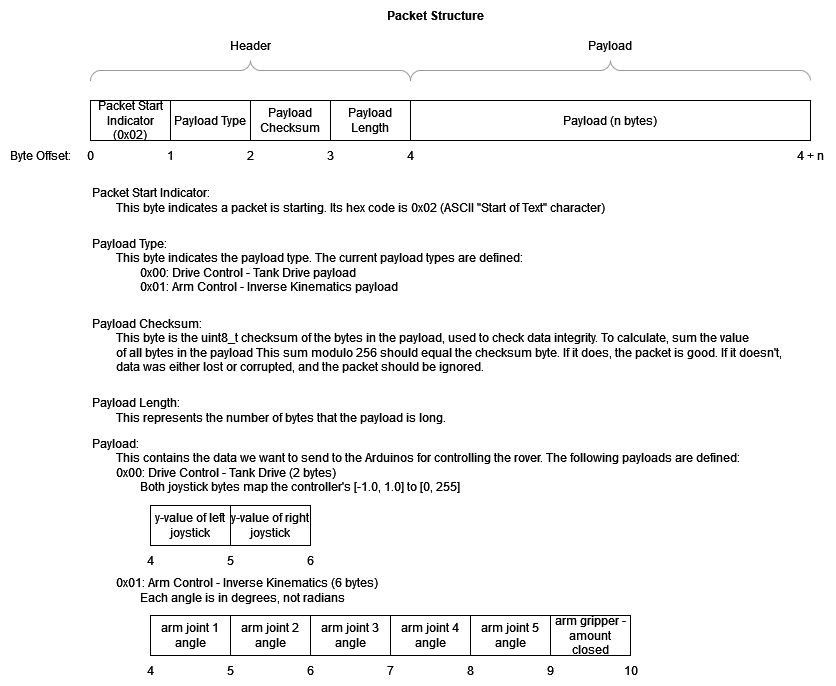
Earlier version of the draw.io export packet_formats_diagram.drawio.png (NIURoverTeam/Docs). Source tidied: cells renumbered, new cells last; positions are measured from the earlier drawing's top-left corner, leaving out a move shared by most shapes. Its diagram source:
```xml
<mxGraphModel>
  <root>
    <mxCell id="0" />
    <mxCell id="1" parent="0" />
    <mxCell id="2" value="&lt;div&gt;Packet Start Indicator (0x02)&lt;br&gt;&lt;/div&gt;" style="rounded=0;whiteSpace=wrap;html=1;" parent="1" vertex="1">
      <mxGeometry x="90" y="100" width="80" height="40" as="geometry" />
    </mxCell>
    <mxCell id="3" value="&lt;div&gt;Payload Type&lt;/div&gt;" style="rounded=0;whiteSpace=wrap;html=1;" parent="1" vertex="1">
      <mxGeometry x="170" y="100" width="80" height="40" as="geometry" />
    </mxCell>
    <mxCell id="4" value="Payload Checksum" style="rounded=0;whiteSpace=wrap;html=1;" parent="1" vertex="1">
      <mxGeometry x="250" y="100" width="80" height="40" as="geometry" />
    </mxCell>
    <mxCell id="5" value="Payload Length" style="rounded=0;whiteSpace=wrap;html=1;" parent="1" vertex="1">
      <mxGeometry x="330" y="100" width="80" height="40" as="geometry" />
    </mxCell>
    <mxCell id="6" value="Payload (n bytes)" style="rounded=0;whiteSpace=wrap;html=1;" parent="1" vertex="1">
      <mxGeometry x="410" y="100" width="400" height="40" as="geometry" />
    </mxCell>
    <mxCell id="7" value="Byte Offset:" style="text;html=1;strokeColor=none;fillColor=none;align=center;verticalAlign=middle;whiteSpace=wrap;rounded=0;" parent="1" vertex="1">
      <mxGeometry y="140" width="80" height="30" as="geometry" />
    </mxCell>
    <mxCell id="8" value="&lt;div&gt;0&lt;/div&gt;" style="text;html=1;align=center;verticalAlign=middle;strokeColor=none;fillColor=none;" parent="1" vertex="1">
      <mxGeometry x="75" y="140" width="30" height="30" as="geometry" />
    </mxCell>
    <mxCell id="9" value="1" style="text;html=1;align=center;verticalAlign=middle;strokeColor=none;fillColor=none;" parent="1" vertex="1">
      <mxGeometry x="155" y="140" width="30" height="30" as="geometry" />
    </mxCell>
    <mxCell id="10" value="2" style="text;html=1;align=center;verticalAlign=middle;strokeColor=none;fillColor=none;" parent="1" vertex="1">
      <mxGeometry x="235" y="140" width="30" height="30" as="geometry" />
    </mxCell>
    <mxCell id="11" value="3" style="text;html=1;align=center;verticalAlign=middle;strokeColor=none;fillColor=none;" parent="1" vertex="1">
      <mxGeometry x="315" y="140" width="30" height="30" as="geometry" />
    </mxCell>
    <mxCell id="12" value="4" style="text;html=1;align=center;verticalAlign=middle;strokeColor=none;fillColor=none;" parent="1" vertex="1">
      <mxGeometry x="395" y="140" width="30" height="30" as="geometry" />
    </mxCell>
    <mxCell id="13" value="4 + n" style="text;html=1;align=center;verticalAlign=middle;strokeColor=none;fillColor=none;" parent="1" vertex="1">
      <mxGeometry x="785" y="140" width="50" height="30" as="geometry" />
    </mxCell>
    <mxCell id="14" style="verticalLabelPosition=bottom;shadow=0;dashed=0;align=center;html=1;verticalAlign=top;strokeWidth=1;shape=mxgraph.mockup.markup.curlyBrace;strokeColor=#999999;" parent="1" vertex="1">
      <mxGeometry x="90" y="60" width="320" height="20" as="geometry" />
    </mxCell>
    <mxCell id="15" value="Header" style="text;html=1;align=center;verticalAlign=middle;strokeColor=none;fillColor=none;" parent="1" vertex="1">
      <mxGeometry x="220" y="30" width="60" height="30" as="geometry" />
    </mxCell>
    <mxCell id="16" value="Payload" style="text;html=1;strokeColor=none;fillColor=none;align=center;verticalAlign=middle;whiteSpace=wrap;rounded=0;" parent="1" vertex="1">
      <mxGeometry x="580" y="30" width="60" height="30" as="geometry" />
    </mxCell>
    <mxCell id="17" style="verticalLabelPosition=bottom;shadow=0;dashed=0;align=center;html=1;verticalAlign=top;strokeWidth=1;shape=mxgraph.mockup.markup.curlyBrace;strokeColor=#999999;" parent="1" vertex="1">
      <mxGeometry x="410" y="60" width="400" height="20" as="geometry" />
    </mxCell>
    <mxCell id="18" value="&lt;div align=&quot;left&quot;&gt;Packet Start Indicator: &lt;br&gt;&lt;/div&gt;&lt;div align=&quot;left&quot;&gt;&lt;span style=&quot;white-space: pre;&quot;&gt;&#9;&lt;/span&gt;This byte indicates a packet is starting. Its hex code is 0x02 (ASCII &quot;Start of Text&quot; character)&lt;br&gt;&lt;/div&gt;" style="text;html=1;align=left;verticalAlign=middle;strokeColor=none;fillColor=none;" parent="1" vertex="1">
      <mxGeometry x="90" y="180" width="520" height="40" as="geometry" />
    </mxCell>
    <mxCell id="19" value="&lt;div align=&quot;left&quot;&gt;Payload Type:&lt;/div&gt;&lt;div align=&quot;left&quot;&gt;&lt;span style=&quot;white-space: pre;&quot;&gt;&#9;&lt;/span&gt;This byte indicates the payload type. The current payload types are defined:&lt;/div&gt;&lt;div align=&quot;left&quot;&gt;&lt;span style=&quot;white-space: pre;&quot;&gt;&#9;&lt;/span&gt;&lt;span style=&quot;white-space: pre;&quot;&gt;&#9;&lt;/span&gt;0x00: Drive Control - Tank Drive payload&lt;/div&gt;&lt;div align=&quot;left&quot;&gt;&lt;span style=&quot;white-space: pre;&quot;&gt;&#9;&lt;/span&gt;&lt;span style=&quot;white-space: pre;&quot;&gt;&#9;&lt;/span&gt;0x01: Arm Control - Inverse Kinematics payload&lt;br&gt;&lt;/div&gt;" style="text;html=1;align=left;verticalAlign=middle;strokeColor=none;fillColor=none;" parent="1" vertex="1">
      <mxGeometry x="90" y="230" width="440" height="70" as="geometry" />
    </mxCell>
    <mxCell id="20" value="&lt;div align=&quot;left&quot;&gt;Payload Checksum:&lt;/div&gt;&lt;div align=&quot;left&quot;&gt;&lt;span style=&quot;white-space: pre;&quot;&gt;&#9;&lt;/span&gt;This byte is the uint8_t checksum of the bytes in the payload, used to check data integrity. To calculate, sum the value &lt;br&gt;&lt;/div&gt;&lt;div align=&quot;left&quot;&gt;&lt;span style=&quot;white-space: pre;&quot;&gt;&#9;&lt;/span&gt;of all bytes in the payload This sum modulo 256 should equal the checksum byte. If it does, the packet is good. If it doesn't,&lt;/div&gt;&lt;div align=&quot;left&quot;&gt;&lt;span style=&quot;white-space: pre;&quot;&gt;&#9;&lt;/span&gt;data was either lost or corrupted, and the packet should be ignored.&lt;br&gt;&lt;/div&gt;" style="text;html=1;align=left;verticalAlign=middle;strokeColor=none;fillColor=none;" parent="1" vertex="1">
      <mxGeometry x="90" y="310" width="680" height="70" as="geometry" />
    </mxCell>
    <mxCell id="21" value="&lt;div align=&quot;left&quot;&gt;Payload Length:&lt;/div&gt;&lt;div align=&quot;left&quot;&gt;&lt;span style=&quot;white-space: pre;&quot;&gt;&#9;&lt;/span&gt;This represents the number of bytes that the payload is long.&lt;br&gt;&lt;/div&gt;" style="text;html=1;align=left;verticalAlign=middle;strokeColor=none;fillColor=none;" parent="1" vertex="1">
      <mxGeometry x="90" y="390" width="360" height="40" as="geometry" />
    </mxCell>
    <mxCell id="22" value="&lt;b&gt;Packet Structure&lt;br&gt;&lt;/b&gt;" style="text;html=1;align=center;verticalAlign=middle;strokeColor=none;fillColor=none;" parent="1" vertex="1">
      <mxGeometry x="375" width="120" height="30" as="geometry" />
    </mxCell>
    <mxCell id="23" value="&lt;div align=&quot;left&quot;&gt;Payload:&lt;/div&gt;&lt;div align=&quot;left&quot;&gt;&lt;span style=&quot;white-space: pre;&quot;&gt;&#9;&lt;/span&gt;This contains the data we want to send to the Arduinos for controlling the rover. The following payloads are defined:&lt;/div&gt;&lt;div align=&quot;left&quot;&gt;&lt;span style=&quot;white-space: pre;&quot;&gt;&#9;&lt;/span&gt;0x00: Drive Control - Tank Drive (2 bytes)&lt;/div&gt;&lt;div align=&quot;left&quot;&gt;&lt;span style=&quot;white-space: pre;&quot;&gt;&#9;&lt;/span&gt;&lt;span style=&quot;white-space: pre;&quot;&gt;&#9;&lt;/span&gt;Both joystick bytes map the controller's [-1.0, 1.0] to [0, 255]&lt;br&gt;&lt;/div&gt;" style="text;html=1;align=left;verticalAlign=middle;strokeColor=none;fillColor=none;" parent="1" vertex="1">
      <mxGeometry x="90" y="430" width="640" height="70" as="geometry" />
    </mxCell>
    <mxCell id="24" value="y-value of left joystick" style="rounded=0;whiteSpace=wrap;html=1;" parent="1" vertex="1">
      <mxGeometry x="150" y="505" width="80" height="40" as="geometry" />
    </mxCell>
    <mxCell id="25" value="4" style="text;html=1;align=center;verticalAlign=middle;strokeColor=none;fillColor=none;" parent="1" vertex="1">
      <mxGeometry x="135" y="545" width="30" height="30" as="geometry" />
    </mxCell>
    <mxCell id="26" value="y-value of right joystick" style="rounded=0;whiteSpace=wrap;html=1;" parent="1" vertex="1">
      <mxGeometry x="230" y="505" width="80" height="40" as="geometry" />
    </mxCell>
    <mxCell id="27" value="5" style="text;html=1;align=center;verticalAlign=middle;strokeColor=none;fillColor=none;" parent="1" vertex="1">
      <mxGeometry x="215" y="545" width="30" height="30" as="geometry" />
    </mxCell>
    <mxCell id="28" value="6" style="text;html=1;align=center;verticalAlign=middle;strokeColor=none;fillColor=none;" parent="1" vertex="1">
      <mxGeometry x="295" y="545" width="30" height="30" as="geometry" />
    </mxCell>
    <mxCell id="29" value="&lt;div&gt;&lt;span style=&quot;white-space: pre;&quot;&gt;&#9;&lt;/span&gt;0x01: Arm Control - Inverse Kinematics (6 bytes)&lt;/div&gt;&lt;div&gt;&lt;span style=&quot;white-space: pre;&quot;&gt;&#9;&lt;/span&gt;&lt;span style=&quot;white-space: pre;&quot;&gt;&#9;&lt;/span&gt;Each angle is in degrees, not radians&lt;br&gt;&lt;/div&gt;" style="text;html=1;align=left;verticalAlign=middle;strokeColor=none;fillColor=none;" parent="1" vertex="1">
      <mxGeometry x="90" y="570" width="300" height="40" as="geometry" />
    </mxCell>
    <mxCell id="30" value="arm joint 1 angle" style="rounded=0;whiteSpace=wrap;html=1;" parent="1" vertex="1">
      <mxGeometry x="150" y="615" width="80" height="40" as="geometry" />
    </mxCell>
    <mxCell id="31" value="arm joint 2 angle" style="rounded=0;whiteSpace=wrap;html=1;" parent="1" vertex="1">
      <mxGeometry x="230" y="615" width="80" height="40" as="geometry" />
    </mxCell>
    <mxCell id="32" value="5" style="text;html=1;align=center;verticalAlign=middle;strokeColor=none;fillColor=none;" parent="1" vertex="1">
      <mxGeometry x="215" y="655" width="30" height="30" as="geometry" />
    </mxCell>
    <mxCell id="33" value="6" style="text;html=1;align=center;verticalAlign=middle;strokeColor=none;fillColor=none;" parent="1" vertex="1">
      <mxGeometry x="295" y="655" width="30" height="30" as="geometry" />
    </mxCell>
    <mxCell id="34" value="arm joint 3 angle" style="rounded=0;whiteSpace=wrap;html=1;" parent="1" vertex="1">
      <mxGeometry x="310" y="615" width="80" height="40" as="geometry" />
    </mxCell>
    <mxCell id="35" value="&lt;div&gt;arm joint 4 angle&lt;/div&gt;" style="rounded=0;whiteSpace=wrap;html=1;" parent="1" vertex="1">
      <mxGeometry x="390" y="615" width="80" height="40" as="geometry" />
    </mxCell>
    <mxCell id="36" value="7" style="text;html=1;align=center;verticalAlign=middle;strokeColor=none;fillColor=none;" parent="1" vertex="1">
      <mxGeometry x="375" y="655" width="30" height="30" as="geometry" />
    </mxCell>
    <mxCell id="37" value="8" style="text;html=1;align=center;verticalAlign=middle;strokeColor=none;fillColor=none;" parent="1" vertex="1">
      <mxGeometry x="455" y="655" width="30" height="30" as="geometry" />
    </mxCell>
    <mxCell id="38" value="arm joint 5 angle" style="rounded=0;whiteSpace=wrap;html=1;" parent="1" vertex="1">
      <mxGeometry x="470" y="615" width="80" height="40" as="geometry" />
    </mxCell>
    <mxCell id="39" value="arm gripper - amount closed" style="rounded=0;whiteSpace=wrap;html=1;" parent="1" vertex="1">
      <mxGeometry x="550" y="615" width="80" height="40" as="geometry" />
    </mxCell>
    <mxCell id="40" value="9" style="text;html=1;align=center;verticalAlign=middle;strokeColor=none;fillColor=none;" parent="1" vertex="1">
      <mxGeometry x="535" y="655" width="30" height="30" as="geometry" />
    </mxCell>
    <mxCell id="41" value="10" style="text;html=1;align=center;verticalAlign=middle;strokeColor=none;fillColor=none;" parent="1" vertex="1">
      <mxGeometry x="610" y="655" width="40" height="30" as="geometry" />
    </mxCell>
    <mxCell id="42" value="4" style="text;html=1;align=center;verticalAlign=middle;strokeColor=none;fillColor=none;" parent="1" vertex="1">
      <mxGeometry x="135" y="655" width="30" height="30" as="geometry" />
    </mxCell>
  </root>
</mxGraphModel>
```
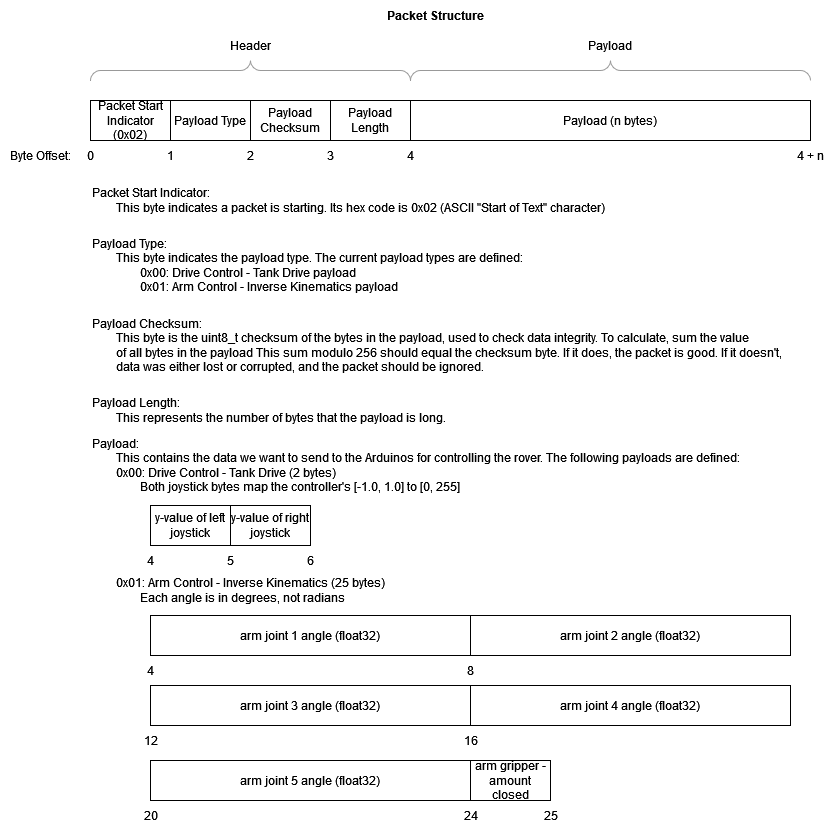
After the commit.

Commit message:
switch arm angles to float32 to match ikpy output

What changed in the source:
```diff
@@ -83,44 +83,44 @@
     <mxCell id="28" value="6" style="text;html=1;align=center;verticalAlign=middle;strokeColor=none;fillColor=none;" parent="1" vertex="1">
       <mxGeometry x="295" y="545" width="30" height="30" as="geometry" />
     </mxCell>
-    <mxCell id="29" value="&lt;div&gt;&lt;span style=&quot;white-space: pre;&quot;&gt;&#9;&lt;/span&gt;0x01: Arm Control - Inverse Kinematics (6 bytes)&lt;/div&gt;&lt;div&gt;&lt;span style=&quot;white-space: pre;&quot;&gt;&#9;&lt;/span&gt;&lt;span style=&quot;white-space: pre;&quot;&gt;&#9;&lt;/span&gt;Each angle is in degrees, not radians&lt;br&gt;&lt;/div&gt;" style="text;html=1;align=left;verticalAlign=middle;strokeColor=none;fillColor=none;" parent="1" vertex="1">
-      <mxGeometry x="90" y="570" width="300" height="40" as="geometry" />
+    <mxCell id="29" value="&lt;div&gt;&lt;span style=&quot;white-space: pre;&quot;&gt;&#9;&lt;/span&gt;0x01: Arm Control - Inverse Kinematics (25 bytes)&lt;/div&gt;&lt;div&gt;&lt;span style=&quot;white-space: pre;&quot;&gt;&#9;&lt;/span&gt;&lt;span style=&quot;white-space: pre;&quot;&gt;&#9;&lt;/span&gt;Each angle is in degrees, not radians&lt;br&gt;&lt;/div&gt;" style="text;html=1;align=left;verticalAlign=middle;strokeColor=none;fillColor=none;" parent="1" vertex="1">
+      <mxGeometry x="90" y="570" width="310" height="40" as="geometry" />
     </mxCell>
-    <mxCell id="30" value="arm joint 1 angle" style="rounded=0;whiteSpace=wrap;html=1;" parent="1" vertex="1">
-      <mxGeometry x="150" y="615" width="80" height="40" as="geometry" />
+    <mxCell id="30" value="arm joint 1 angle (float32)" style="rounded=0;whiteSpace=wrap;html=1;" parent="1" vertex="1">
+      <mxGeometry x="150" y="615" width="320" height="40" as="geometry" />
     </mxCell>
-    <mxCell id="31" value="arm joint 2 angle" style="rounded=0;whiteSpace=wrap;html=1;" parent="1" vertex="1">
-      <mxGeometry x="230" y="615" width="80" height="40" as="geometry" />
+    <mxCell id="31" value="arm joint 2 angle (float32)" style="rounded=0;whiteSpace=wrap;html=1;" parent="1" vertex="1">
+      <mxGeometry x="470" y="615" width="320" height="40" as="geometry" />
     </mxCell>
-    <mxCell id="32" value="5" style="text;html=1;align=center;verticalAlign=middle;strokeColor=none;fillColor=none;" parent="1" vertex="1">
-      <mxGeometry x="215" y="655" width="30" height="30" as="geometry" />
+    <mxCell id="32" value="8" style="text;html=1;align=center;verticalAlign=middle;strokeColor=none;fillColor=none;" parent="1" vertex="1">
+      <mxGeometry x="455" y="655" width="30" height="30" as="geometry" />
     </mxCell>
-    <mxCell id="33" value="6" style="text;html=1;align=center;verticalAlign=middle;strokeColor=none;fillColor=none;" parent="1" vertex="1">
-      <mxGeometry x="295" y="655" width="30" height="30" as="geometry" />
+    <mxCell id="33" value="12" style="text;html=1;align=center;verticalAlign=middle;strokeColor=none;fillColor=none;" parent="1" vertex="1">
+      <mxGeometry x="130" y="725" width="40" height="30" as="geometry" />
     </mxCell>
-    <mxCell id="34" value="arm joint 3 angle" style="rounded=0;whiteSpace=wrap;html=1;" parent="1" vertex="1">
-      <mxGeometry x="310" y="615" width="80" height="40" as="geometry" />
+    <mxCell id="34" value="arm joint 3 angle (float32)" style="rounded=0;whiteSpace=wrap;html=1;" parent="1" vertex="1">
+      <mxGeometry x="150" y="685" width="320" height="40" as="geometry" />
     </mxCell>
-    <mxCell id="35" value="&lt;div&gt;arm joint 4 angle&lt;/div&gt;" style="rounded=0;whiteSpace=wrap;html=1;" parent="1" vertex="1">
-      <mxGeometry x="390" y="615" width="80" height="40" as="geometry" />
+    <mxCell id="35" value="&lt;div&gt;arm joint 4 angle (float32)&lt;br&gt;&lt;/div&gt;" style="rounded=0;whiteSpace=wrap;html=1;" parent="1" vertex="1">
+      <mxGeometry x="470" y="685" width="320" height="40" as="geometry" />
     </mxCell>
-    <mxCell id="36" value="7" style="text;html=1;align=center;verticalAlign=middle;strokeColor=none;fillColor=none;" parent="1" vertex="1">
-      <mxGeometry x="375" y="655" width="30" height="30" as="geometry" />
+    <mxCell id="36" value="16" style="text;html=1;align=center;verticalAlign=middle;strokeColor=none;fillColor=none;" parent="1" vertex="1">
+      <mxGeometry x="450" y="725" width="40" height="30" as="geometry" />
     </mxCell>
-    <mxCell id="37" value="8" style="text;html=1;align=center;verticalAlign=middle;strokeColor=none;fillColor=none;" parent="1" vertex="1">
-      <mxGeometry x="455" y="655" width="30" height="30" as="geometry" />
+    <mxCell id="37" value="20" style="text;html=1;align=center;verticalAlign=middle;strokeColor=none;fillColor=none;" parent="1" vertex="1">
+      <mxGeometry x="130" y="800" width="40" height="30" as="geometry" />
     </mxCell>
-    <mxCell id="38" value="arm joint 5 angle" style="rounded=0;whiteSpace=wrap;html=1;" parent="1" vertex="1">
-      <mxGeometry x="470" y="615" width="80" height="40" as="geometry" />
+    <mxCell id="38" value="arm joint 5 angle (float32)" style="rounded=0;whiteSpace=wrap;html=1;" parent="1" vertex="1">
+      <mxGeometry x="150" y="760" width="320" height="40" as="geometry" />
     </mxCell>
     <mxCell id="39" value="arm gripper - amount closed" style="rounded=0;whiteSpace=wrap;html=1;" parent="1" vertex="1">
-      <mxGeometry x="550" y="615" width="80" height="40" as="geometry" />
+      <mxGeometry x="470" y="760" width="80" height="40" as="geometry" />
     </mxCell>
-    <mxCell id="40" value="9" style="text;html=1;align=center;verticalAlign=middle;strokeColor=none;fillColor=none;" parent="1" vertex="1">
-      <mxGeometry x="535" y="655" width="30" height="30" as="geometry" />
+    <mxCell id="40" value="24" style="text;html=1;align=center;verticalAlign=middle;strokeColor=none;fillColor=none;" parent="1" vertex="1">
+      <mxGeometry x="450" y="800" width="40" height="30" as="geometry" />
     </mxCell>
-    <mxCell id="41" value="10" style="text;html=1;align=center;verticalAlign=middle;strokeColor=none;fillColor=none;" parent="1" vertex="1">
-      <mxGeometry x="610" y="655" width="40" height="30" as="geometry" />
+    <mxCell id="41" value="25" style="text;html=1;align=center;verticalAlign=middle;strokeColor=none;fillColor=none;" parent="1" vertex="1">
+      <mxGeometry x="530" y="800" width="40" height="30" as="geometry" />
     </mxCell>
     <mxCell id="42" value="4" style="text;html=1;align=center;verticalAlign=middle;strokeColor=none;fillColor=none;" parent="1" vertex="1">
       <mxGeometry x="135" y="655" width="30" height="30" as="geometry" />
```
